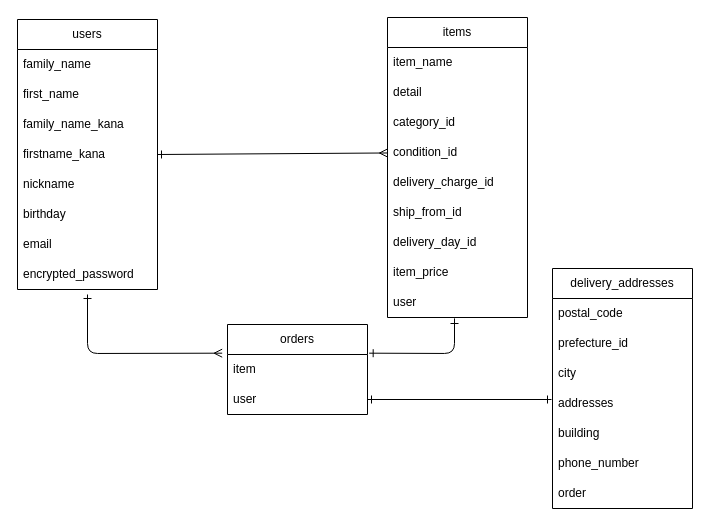
This is page "Page-1" (1 of 2) of furima.dio from MAYUMITAKEDA/furima-38838, a draw.io file, before an edit. Source tidied: cells renumbered, new cells numbered last; positions are measured from the earlier drawing's top-left corner, leaving out a move shared by most shapes. Both pictures are drawn from the tidied source at 100%, with x=0, y=0 at pixel (17, 17).
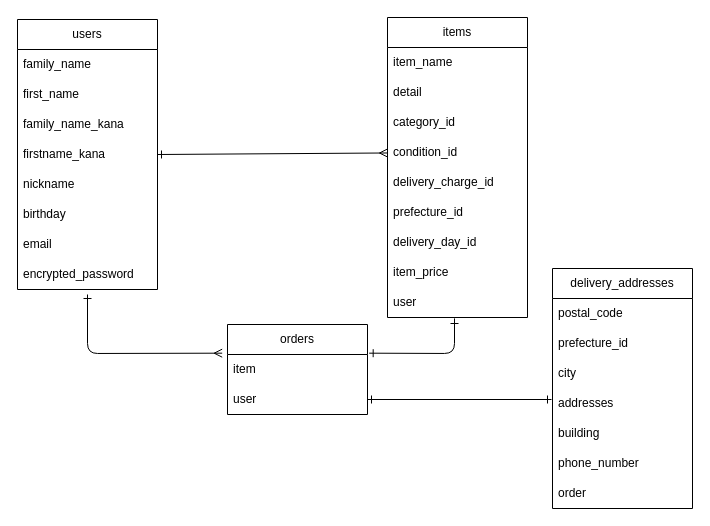
The same page after the edit.

Unchanged cells that the change refers to:
```xml
<mxCell id="12" value="items" style="swimlane;fontStyle=0;horizontal=1;startSize=30;whiteSpace=wrap;html=1;" parent="1" vertex="1">
  <mxGeometry x="370" width="140" height="300" as="geometry" />
</mxCell>
```

What changed in the source:
```diff
@@
-    <mxCell id="18" value="ship_from_id" style="text;strokeColor=none;fillColor=none;align=left;verticalAlign=middle;spacingLeft=4;spacingRight=4;overflow=hidden;whiteSpace=wrap;html=1;" parent="12" vertex="1">
+    <mxCell id="18" value="prefecture_id" style="text;strokeColor=none;fillColor=none;align=left;verticalAlign=middle;spacingLeft=4;spacingRight=4;overflow=hidden;whiteSpace=wrap;html=1;" parent="12" vertex="1">
       <mxGeometry y="180" width="140" height="30" as="geometry" />
     </mxCell>
```
